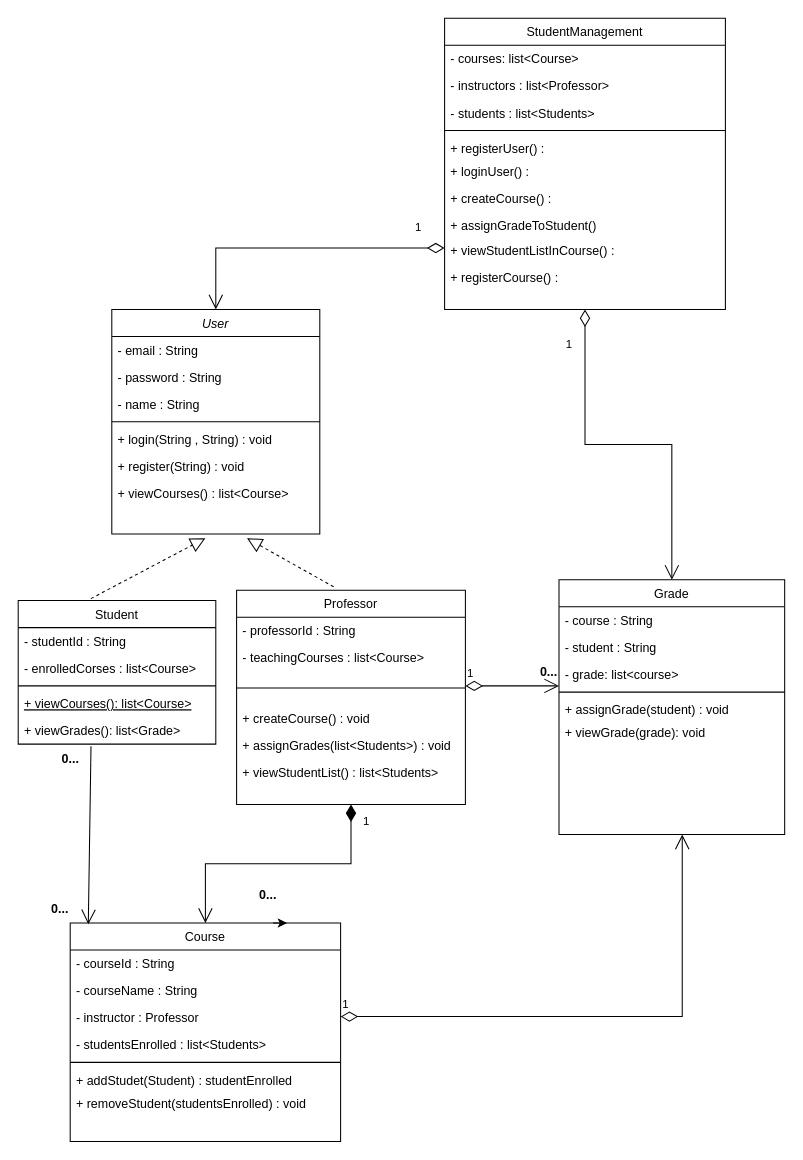
The draw.io diagram SystemStudentManagement2.drawio in mercybabayemi/StudentCourseMangement, before the edit. Source tidied: cells renumbered, new cells numbered last; positions are measured from the earlier drawing's top-left corner, leaving out a move shared by most shapes. Both pictures are drawn from the tidied source at 104%, with x=0, y=0 at pixel (18, 18).
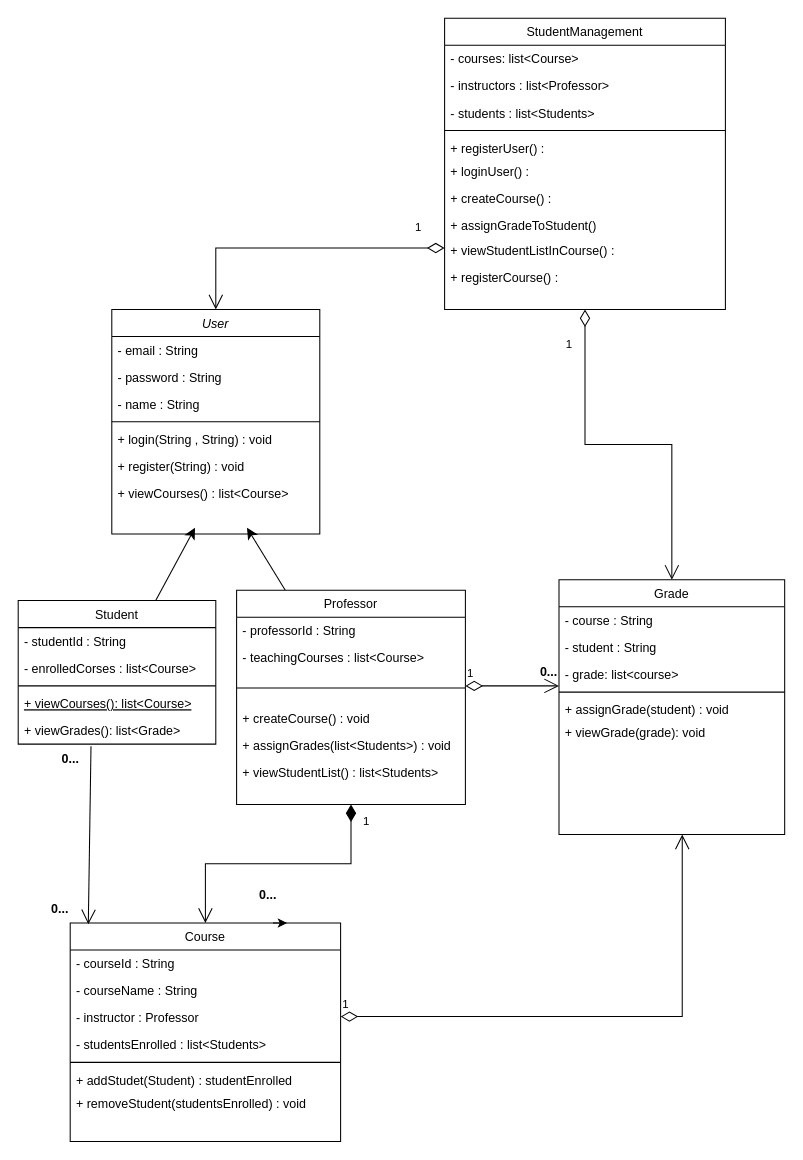
The same page after the edit.

Commit message (it also covers changes not shown here):
complete student management, main in __init__, professor, and user with its implementation

Unchanged cells that the change refers to:
```xml
<mxCell id="10" value="Student" style="swimlane;fontStyle=0;align=center;verticalAlign=top;horizontal=1;startSize=26;rounded=0;shadow=0;strokeWidth=1;" parent="1" vertex="1">
  <mxGeometry y="560" width="190" height="138" as="geometry" />
</mxCell>
<mxCell id="16" value="Professor" style="swimlane;fontStyle=0;align=center;verticalAlign=top;horizontal=1;startSize=26;rounded=0;shadow=0;strokeWidth=1;" parent="1" vertex="1">
  <mxGeometry x="210" y="550" width="220" height="206" as="geometry" />
</mxCell>
```

Change to the diagram source:
```diff
@@
+    <mxCell id="62" style="edgeStyle=none;curved=1;rounded=0;jettySize=auto;html=1;fontSize=12;startSize=8;endSize=8;" parent="1" edge="1" source="10">
+      <mxGeometry relative="1" as="geometry">
+        <mxPoint x="170" y="490" as="targetPoint" />
+      </mxGeometry>
+    </mxCell>
@@
+    <mxCell id="63" style="edgeStyle=none;curved=1;rounded=0;jettySize=auto;html=1;fontSize=12;startSize=8;endSize=8;" parent="1" edge="1" source="16">
+      <mxGeometry relative="1" as="geometry">
+        <mxPoint x="220" y="490" as="targetPoint" />
+      </mxGeometry>
+    </mxCell>
@@
-    <mxCell id="60" style="endArrow=block;dashed=1;endFill=0;endSize=12;html=1;rounded=0;exitX=0.368;exitY=-0.014;exitDx=0;exitDy=0;exitPerimeter=0;" parent="1" edge="1" source="10">
-      <mxGeometry relative="1" as="geometry">
-        <mxPoint x="180" y="500" as="targetPoint" />
-      </mxGeometry>
-    </mxCell>
-    <mxCell id="61" style="endArrow=block;dashed=1;endFill=0;endSize=12;html=1;rounded=0;exitX=0.424;exitY=-0.016;exitDx=0;exitDy=0;exitPerimeter=0;" parent="1" edge="1" source="16">
-      <mxGeometry relative="1" as="geometry">
-        <mxPoint x="220" y="500" as="targetPoint" />
-      </mxGeometry>
-    </mxCell>
```
